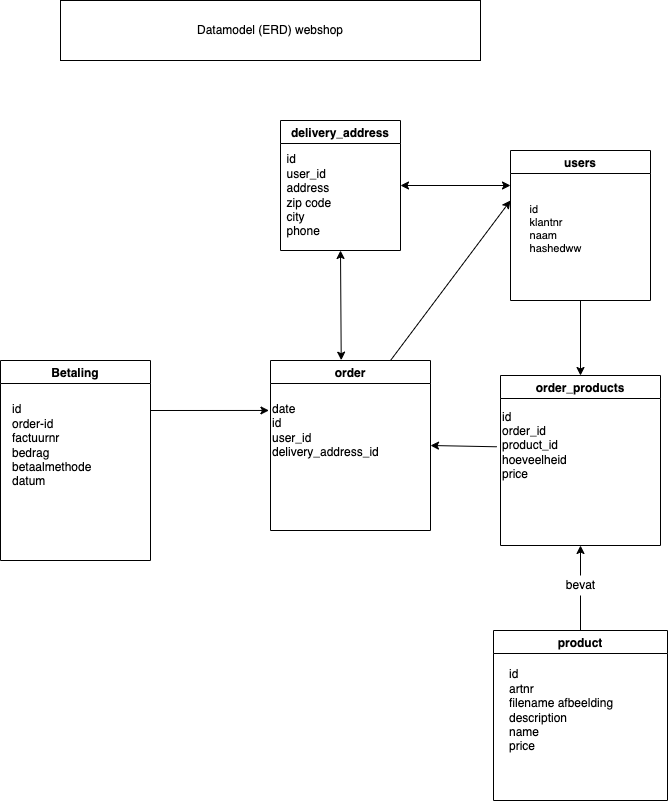
koenti91/educom-webshop-database keeps this draw.io diagram as Diagrams/ERD_webshop.drawio.png. Above is the earlier version. Source tidied: cells renumbered, new cells last; positions are measured from the earlier drawing's top-left corner, leaving out a move shared by most shapes.
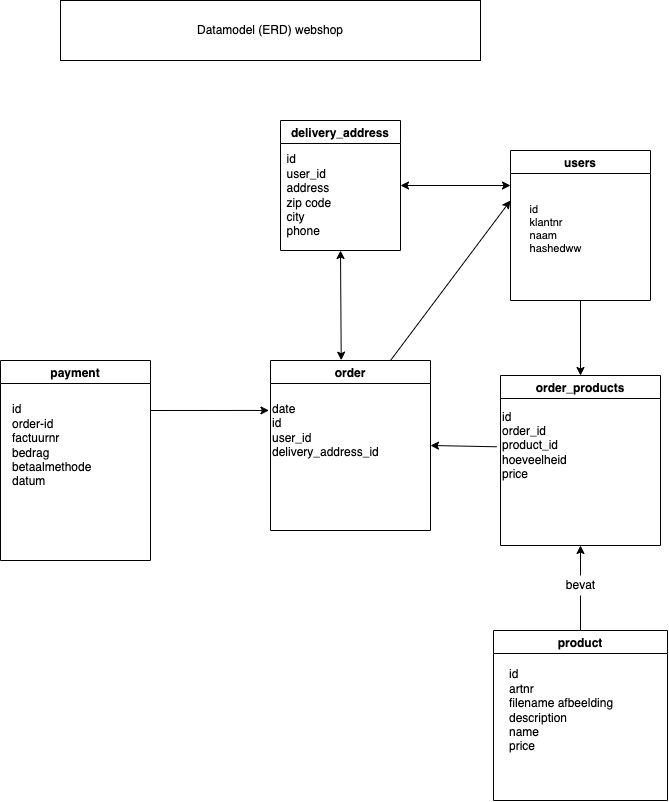
The same file after the commit.

Commit message:
02-A: Opdracht 3.2: Ontwerp webshop & nieuw Entity Relation Diagram (ERD) #3

What changed in the source:
```diff
@@ -19,7 +19,7 @@
     <mxCell id="6" style="edgeStyle=none;html=1;exitX=1;exitY=0.25;exitDx=0;exitDy=0;entryX=-0.013;entryY=0.166;entryDx=0;entryDy=0;entryPerimeter=0;" parent="1" edge="1" source="7" target="17">
       <mxGeometry relative="1" as="geometry" />
     </mxCell>
-    <mxCell id="7" value="Betaling" style="swimlane;" parent="1" vertex="1">
+    <mxCell id="7" value="payment" style="swimlane;" parent="1" vertex="1">
       <mxGeometry y="360" width="150" height="200" as="geometry" />
     </mxCell>
     <mxCell id="8" value="id&lt;br&gt;order-id&lt;br&gt;factuurnr&lt;br&gt;bedrag&lt;br&gt;betaalmethode&lt;br&gt;datum" style="text;html=1;align=left;verticalAlign=middle;strokeColor=none;fillColor=none;" parent="7" vertex="1">
```
